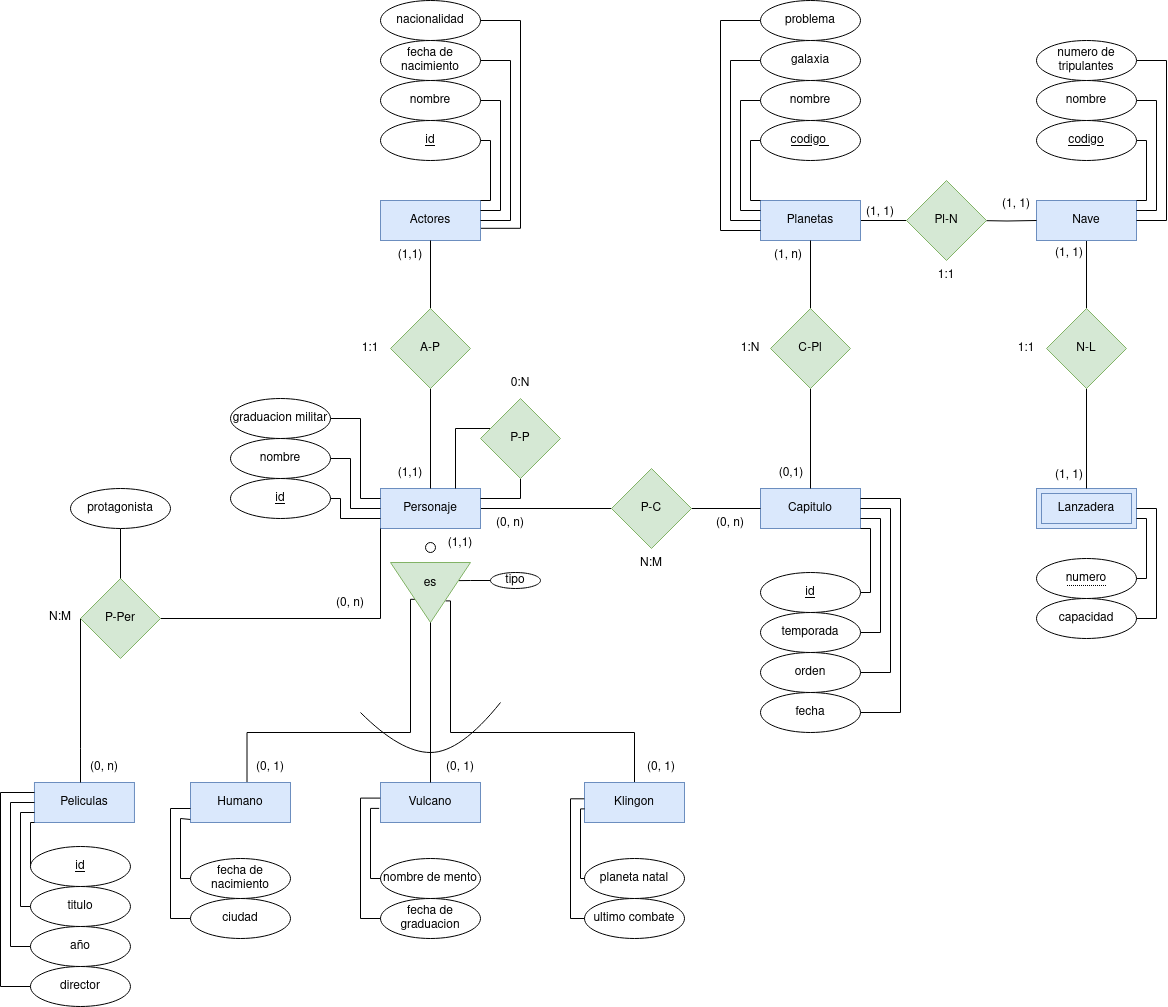
Above: Unidad_1/Tareas/Tareas_entregables/Tarea_3/Star-Trek.drawio.png in OxideVanadium/base_de_datos (draw.io), before the change. Source tidied: cells renumbered, new cells last; positions are measured from the earlier drawing's top-left corner, leaving out a move shared by most shapes.
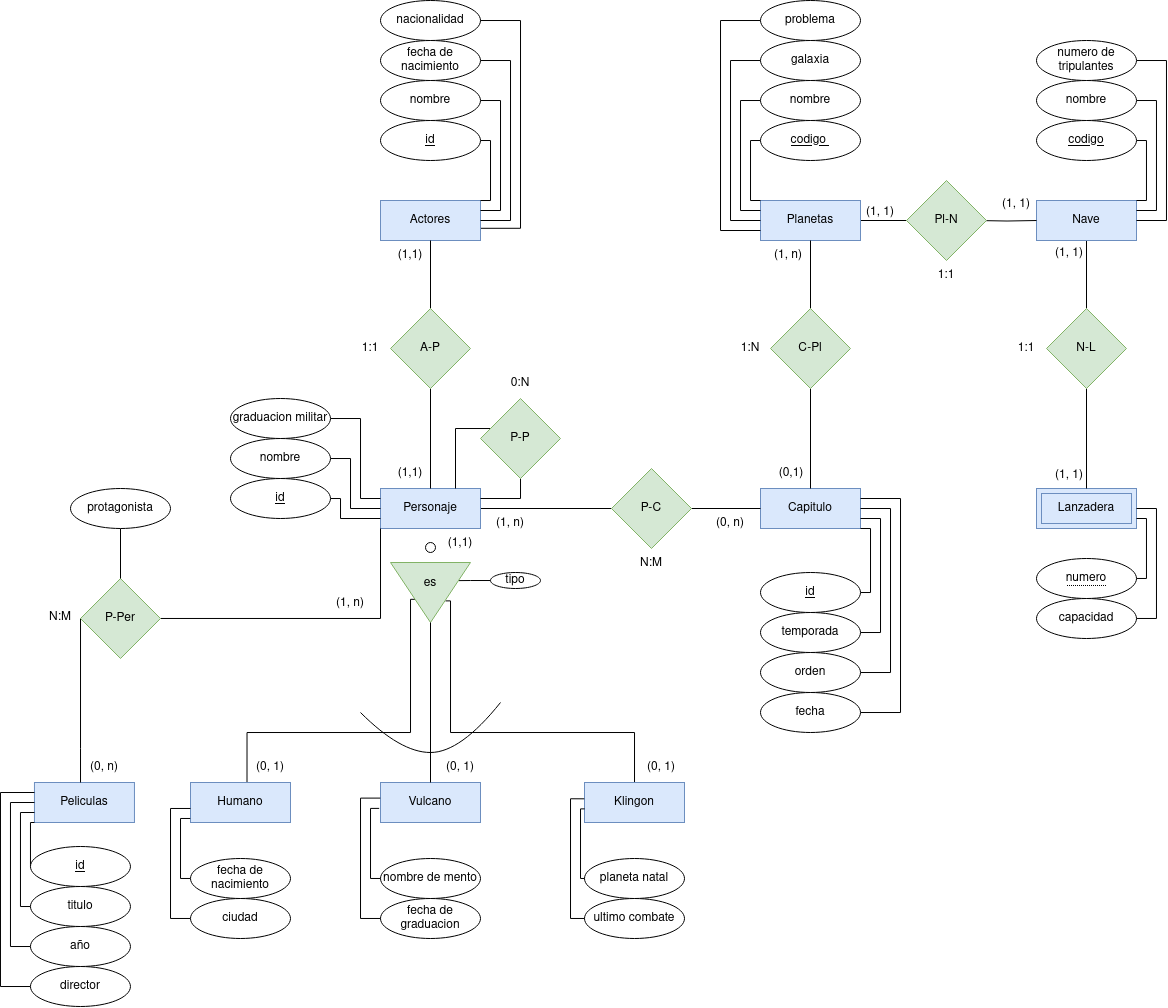
The same diagram one commit later.

The edit, as a diff of the source:
```diff
@@ -500,7 +500,7 @@
     <mxCell id="104" value="(0, n)" style="text;html=1;strokeColor=none;fillColor=none;align=center;verticalAlign=middle;whiteSpace=wrap;rounded=0;" parent="1" vertex="1">
       <mxGeometry x="74" y="752" width="60" height="30" as="geometry" />
     </mxCell>
-    <mxCell id="105" value="(0, n)" style="text;html=1;strokeColor=none;fillColor=none;align=center;verticalAlign=middle;whiteSpace=wrap;rounded=0;" parent="1" vertex="1">
+    <mxCell id="105" value="(1, n)" style="text;html=1;strokeColor=none;fillColor=none;align=center;verticalAlign=middle;whiteSpace=wrap;rounded=0;" parent="1" vertex="1">
       <mxGeometry x="320" y="588" width="60" height="30" as="geometry" />
     </mxCell>
     <mxCell id="106" value="N:M" style="text;html=1;strokeColor=none;fillColor=none;align=center;verticalAlign=middle;whiteSpace=wrap;rounded=0;" parent="1" vertex="1">
@@ -533,7 +533,7 @@
     <mxCell id="115" value="(0, n)" style="text;html=1;strokeColor=none;fillColor=none;align=center;verticalAlign=middle;whiteSpace=wrap;rounded=0;" parent="1" vertex="1">
       <mxGeometry x="700" y="508" width="60" height="30" as="geometry" />
     </mxCell>
-    <mxCell id="116" value="(0, n)" style="text;html=1;strokeColor=none;fillColor=none;align=center;verticalAlign=middle;whiteSpace=wrap;rounded=0;" parent="1" vertex="1">
+    <mxCell id="116" value="(1, n)" style="text;html=1;strokeColor=none;fillColor=none;align=center;verticalAlign=middle;whiteSpace=wrap;rounded=0;" parent="1" vertex="1">
       <mxGeometry x="480" y="508" width="60" height="30" as="geometry" />
     </mxCell>
     <mxCell id="117" value="N:M" style="text;html=1;strokeColor=none;fillColor=none;align=center;verticalAlign=middle;whiteSpace=wrap;rounded=0;" parent="1" vertex="1">
```
